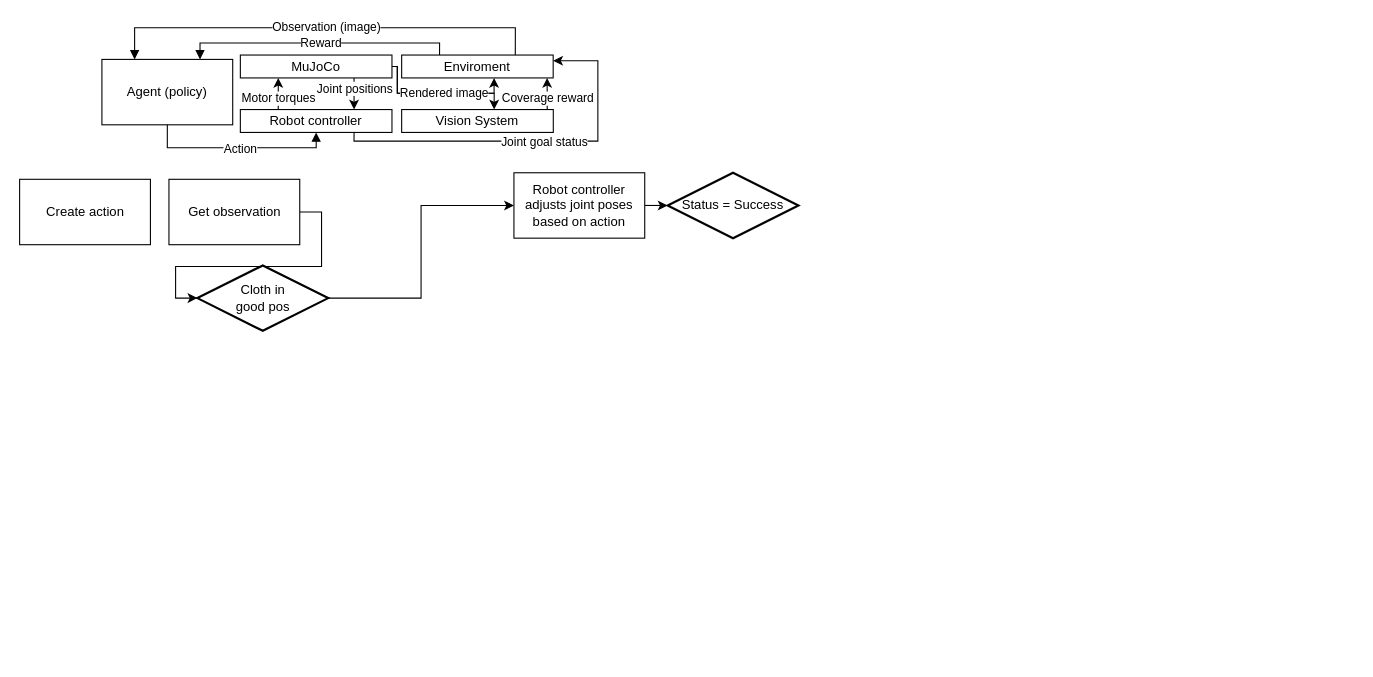
Above: Unavngivet diagram.drawio in kasperfg16/p8_sewbot (draw.io), before the change. Source tidied: cells renumbered, new cells numbered last; positions are measured from the earlier drawing's top-left corner, leaving out a move shared by most shapes. Both pictures are drawn from the tidied source at 109%, with x=0, y=0 at pixel (19, 27).
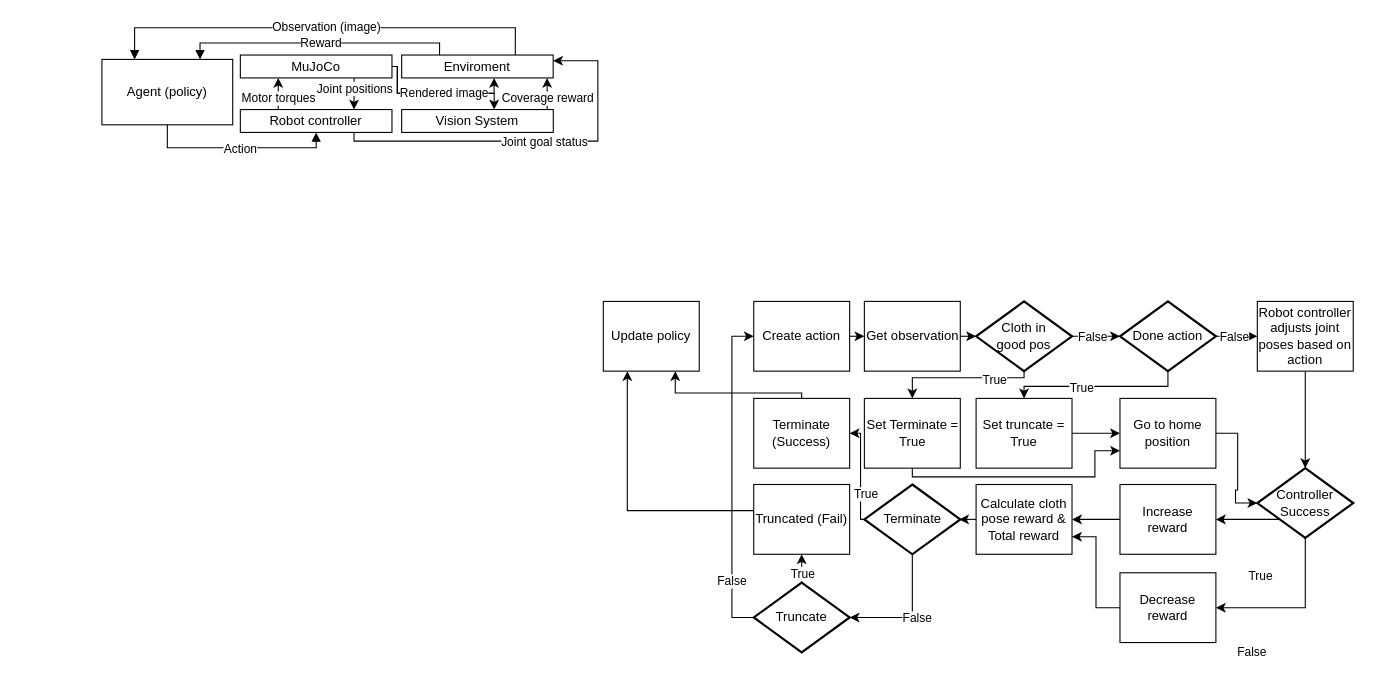
The same diagram, later.

The edit, as a diff of the source:
```diff
@@
+    <mxCell id="32" style="edgeStyle=orthogonalEdgeStyle;rounded=0;jettySize=auto;html=1;exitX=1;exitY=0.5;exitDx=0;exitDy=0;entryX=0;entryY=0.5;entryDx=0;entryDy=0;" parent="1" edge="1" source="25" target="30">
+      <mxGeometry relative="1" as="geometry" />
+    </mxCell>
     <mxCell id="25" value="Create action" style="whiteSpace=wrap;html=1;" parent="1" vertex="1">
-      <mxGeometry x="0.5" y="139" width="120" height="60" as="geometry" />
+      <mxGeometry x="674" y="251" width="88" height="64" as="geometry" />
     </mxCell>
-    <mxCell id="26" style="edgeStyle=orthogonalEdgeStyle;rounded=0;jettySize=auto;html=1;exitX=1;exitY=0.5;exitDx=0;exitDy=0;entryX=0;entryY=0.5;entryDx=0;entryDy=0;entryPerimeter=0;" parent="1" edge="1" source="27" target="28">
+    <mxCell id="26" style="edgeStyle=orthogonalEdgeStyle;rounded=0;jettySize=auto;html=1;exitX=0.5;exitY=1;exitDx=0;exitDy=0;entryX=0.5;entryY=0;entryDx=0;entryDy=0;entryPerimeter=0;" parent="1" edge="1" source="27" target="28">
       <mxGeometry relative="1" as="geometry" />
     </mxCell>
     <mxCell id="27" value="Robot controller adjusts joint poses based on action" style="whiteSpace=wrap;html=1;" parent="1" vertex="1">
-      <mxGeometry x="454" y="133" width="120" height="60" as="geometry" />
+      <mxGeometry x="1136" y="251" width="88" height="64" as="geometry" />
     </mxCell>
+    <mxCell id="33" style="edgeStyle=orthogonalEdgeStyle;rounded=0;jettySize=auto;html=1;exitX=0.24;exitY=0.75;exitDx=0;exitDy=0;exitPerimeter=0;entryX=1;entryY=0.5;entryDx=0;entryDy=0;" parent="1" edge="1" source="28" target="43">
+      <mxGeometry relative="1" as="geometry">
+        <Array as="points">
+          <mxPoint x="1163" y="451" />
+        </Array>
+      </mxGeometry>
+    </mxCell>
+    <mxCell id="34" value="True" style="edgeLabel;html=1;align=center;verticalAlign=middle;" parent="33" vertex="1">
+      <mxGeometry x="-0.82" y="-1" relative="1" as="geometry">
+        <mxPoint x="-26" y="51" as="offset" />
+      </mxGeometry>
+    </mxCell>
+    <mxCell id="35" style="edgeStyle=orthogonalEdgeStyle;rounded=0;jettySize=auto;html=1;exitX=0.5;exitY=1;exitDx=0;exitDy=0;exitPerimeter=0;entryX=1;entryY=0.5;entryDx=0;entryDy=0;" parent="1" edge="1" source="28" target="45">
+      <mxGeometry relative="1" as="geometry" />
+    </mxCell>
+    <mxCell id="36" value="False" style="edgeLabel;html=1;align=center;verticalAlign=middle;" parent="35" vertex="1">
+      <mxGeometry x="-0.3" y="-1" relative="1" as="geometry">
+        <mxPoint x="-49" y="53" as="offset" />
+      </mxGeometry>
+    </mxCell>
-    <mxCell id="28" value="Status = Success" style="strokeWidth=2;html=1;shape=mxgraph.flowchart.decision;whiteSpace=wrap;" parent="1" vertex="1">
-      <mxGeometry x="595" y="133" width="120" height="60" as="geometry" />
+    <mxCell id="28" value="Controller Success" style="strokeWidth=2;html=1;shape=mxgraph.flowchart.decision;whiteSpace=wrap;points=[[0,0.5,0,0,0],[0.24,0.25,0,0,0],[0.24,0.75,0,0,0],[0.5,0,0,0,0],[0.5,1,0,0,0],[1,0.5,0,0,0]];" parent="1" vertex="1">
+      <mxGeometry x="1136" y="404" width="88" height="64" as="geometry" />
     </mxCell>
-    <mxCell id="29" style="edgeStyle=orthogonalEdgeStyle;rounded=0;jettySize=auto;html=1;exitX=1;exitY=0.5;exitDx=0;exitDy=0;entryX=0;entryY=0.5;entryDx=0;entryDy=0;exitPerimeter=0;" parent="1" edge="1" source="31" target="27">
+    <mxCell id="29" style="edgeStyle=orthogonalEdgeStyle;rounded=0;jettySize=auto;html=1;exitX=1;exitY=0.5;exitDx=0;exitDy=0;exitPerimeter=0;entryX=0;entryY=0.5;entryDx=0;entryDy=0;entryPerimeter=0;" parent="1" edge="1" source="31" target="54">
       <mxGeometry relative="1" as="geometry" />
     </mxCell>
+    <mxCell id="37" value="False" style="edgeLabel;html=1;align=center;verticalAlign=middle;" parent="29" vertex="1">
+      <mxGeometry x="-0.24" relative="1" as="geometry">
+        <mxPoint x="1" as="offset" />
+      </mxGeometry>
+    </mxCell>
     <mxCell id="30" value="Get observation" style="whiteSpace=wrap;html=1;" parent="1" vertex="1">
-      <mxGeometry x="137.5" y="139" width="120" height="60" as="geometry" />
+      <mxGeometry x="775.5" y="251" width="88" height="64" as="geometry" />
     </mxCell>
+    <mxCell id="38" style="edgeStyle=orthogonalEdgeStyle;rounded=0;jettySize=auto;html=1;exitX=0.5;exitY=1;exitDx=0;exitDy=0;exitPerimeter=0;entryX=0.5;entryY=0;entryDx=0;entryDy=0;" parent="1" edge="1" source="31" target="56">
+      <mxGeometry relative="1" as="geometry">
+        <Array as="points">
+          <mxPoint x="922" y="321" />
+          <mxPoint x="819" y="321" />
+        </Array>
+      </mxGeometry>
+    </mxCell>
+    <mxCell id="39" value="True" style="edgeLabel;html=1;align=center;verticalAlign=middle;" parent="38" vertex="1">
+      <mxGeometry x="-0.46" relative="1" as="geometry">
+        <mxPoint y="1" as="offset" />
+      </mxGeometry>
+    </mxCell>
-    <mxCell id="31" value="Cloth in &lt;br&gt;good pos" style="strokeWidth=2;html=1;shape=mxgraph.flowchart.decision;whiteSpace=wrap;" parent="1" vertex="1">
-      <mxGeometry x="163.6" y="218" width="120" height="60" as="geometry" />
+    <mxCell id="31" value="Cloth in &lt;br&gt;good pos" style="strokeWidth=2;html=1;shape=mxgraph.flowchart.decision;whiteSpace=wrap;points=[[0,0.5,0,0,0],[0.5,0,0,0,0],[0.5,1,0,0,0],[0.73,0.77,0,0,0],[1,0.5,0,0,0]];" parent="1" vertex="1">
+      <mxGeometry x="878" y="251" width="88" height="64" as="geometry" />
     </mxCell>
+    <mxCell id="40" style="edgeStyle=orthogonalEdgeStyle;rounded=0;jettySize=auto;html=1;exitX=0.5;exitY=0;exitDx=0;exitDy=0;entryX=0.75;entryY=1;entryDx=0;entryDy=0;" parent="1" edge="1" source="41" target="71">
+      <mxGeometry relative="1" as="geometry">
+        <Array as="points">
+          <mxPoint x="718" y="335" />
+          <mxPoint x="602" y="335" />
+        </Array>
+      </mxGeometry>
+    </mxCell>
+    <mxCell id="41" value="Terminate (Success)" style="whiteSpace=wrap;html=1;" parent="1" vertex="1">
+      <mxGeometry x="674" y="340" width="88" height="64" as="geometry" />
+    </mxCell>
+    <mxCell id="42" style="edgeStyle=orthogonalEdgeStyle;rounded=0;jettySize=auto;html=1;exitX=0;exitY=0.5;exitDx=0;exitDy=0;entryX=1;entryY=0.5;entryDx=0;entryDy=0;" parent="1" edge="1" source="43" target="49">
+      <mxGeometry relative="1" as="geometry" />
+    </mxCell>
+    <mxCell id="43" value="Increase reward" style="whiteSpace=wrap;html=1;" parent="1" vertex="1">
+      <mxGeometry x="1010" y="419" width="88" height="64" as="geometry" />
+    </mxCell>
+    <mxCell id="44" style="edgeStyle=orthogonalEdgeStyle;rounded=0;jettySize=auto;html=1;exitX=0;exitY=0.5;exitDx=0;exitDy=0;entryX=1;entryY=0.75;entryDx=0;entryDy=0;" parent="1" edge="1" source="45" target="49">
+      <mxGeometry relative="1" as="geometry" />
+    </mxCell>
+    <mxCell id="45" value="Decrease reward" style="whiteSpace=wrap;html=1;" parent="1" vertex="1">
+      <mxGeometry x="1010" y="500" width="88" height="64" as="geometry" />
+    </mxCell>
+    <mxCell id="46" style="edgeStyle=orthogonalEdgeStyle;rounded=0;jettySize=auto;html=1;exitX=0;exitY=0.5;exitDx=0;exitDy=0;entryX=0.25;entryY=1;entryDx=0;entryDy=0;" parent="1" edge="1" source="47" target="71">
+      <mxGeometry relative="1" as="geometry">
+        <Array as="points">
+          <mxPoint x="674" y="443" />
+          <mxPoint x="558" y="443" />
+        </Array>
+      </mxGeometry>
+    </mxCell>
+    <mxCell id="47" value="Truncated (Fail)" style="whiteSpace=wrap;html=1;" parent="1" vertex="1">
+      <mxGeometry x="674" y="419" width="88" height="64" as="geometry" />
+    </mxCell>
+    <mxCell id="48" style="edgeStyle=orthogonalEdgeStyle;rounded=0;jettySize=auto;html=1;exitX=0;exitY=0.5;exitDx=0;exitDy=0;entryX=1;entryY=0.5;entryDx=0;entryDy=0;entryPerimeter=0;" parent="1" edge="1" source="49">
+      <mxGeometry relative="1" as="geometry">
+        <mxPoint x="862.5" y="451.5" as="targetPoint" />
+      </mxGeometry>
+    </mxCell>
+    <mxCell id="49" value="Calculate cloth pose reward &amp;amp; Total reward" style="whiteSpace=wrap;html=1;" parent="1" vertex="1">
+      <mxGeometry x="878" y="419" width="88" height="64" as="geometry" />
+    </mxCell>
+    <mxCell id="50" style="edgeStyle=orthogonalEdgeStyle;rounded=0;jettySize=auto;html=1;exitX=1;exitY=0.5;exitDx=0;exitDy=0;exitPerimeter=0;entryX=0;entryY=0.5;entryDx=0;entryDy=0;" parent="1" edge="1" source="54" target="27">
+      <mxGeometry relative="1" as="geometry" />
+    </mxCell>
+    <mxCell id="51" value="False" style="edgeLabel;html=1;align=center;verticalAlign=middle;" parent="50" vertex="1">
+      <mxGeometry x="-0.22" relative="1" as="geometry">
+        <mxPoint x="1" as="offset" />
+      </mxGeometry>
+    </mxCell>
+    <mxCell id="52" style="edgeStyle=orthogonalEdgeStyle;rounded=0;jettySize=auto;html=1;exitX=0.5;exitY=1;exitDx=0;exitDy=0;exitPerimeter=0;entryX=0.5;entryY=0;entryDx=0;entryDy=0;" parent="1" edge="1" source="54" target="58">
+      <mxGeometry relative="1" as="geometry">
+        <Array as="points">
+          <mxPoint x="1054" y="329" />
+          <mxPoint x="922" y="329" />
+        </Array>
+      </mxGeometry>
+    </mxCell>
+    <mxCell id="53" value="True" style="edgeLabel;html=1;align=center;verticalAlign=middle;" parent="52" vertex="1">
+      <mxGeometry x="0.2" y="1" relative="1" as="geometry" />
+    </mxCell>
+    <mxCell id="54" value="Done action" style="strokeWidth=2;html=1;shape=mxgraph.flowchart.decision;whiteSpace=wrap;points=[[0,0.5,0,0,0],[0.5,0,0,0,0],[0.5,1,0,0,0],[0.73,0.77,0,0,0],[1,0.5,0,0,0]];" parent="1" vertex="1">
+      <mxGeometry x="1010" y="251" width="88" height="64" as="geometry" />
+    </mxCell>
+    <mxCell id="55" style="edgeStyle=orthogonalEdgeStyle;rounded=0;jettySize=auto;html=1;exitX=0.5;exitY=1;exitDx=0;exitDy=0;entryX=0;entryY=0.75;entryDx=0;entryDy=0;" parent="1" edge="1" source="56" target="60">
+      <mxGeometry relative="1" as="geometry">
+        <Array as="points">
+          <mxPoint x="820" y="412" />
+          <mxPoint x="987" y="412" />
+          <mxPoint x="987" y="388" />
+        </Array>
+      </mxGeometry>
+    </mxCell>
+    <mxCell id="56" value="Set Terminate = True" style="whiteSpace=wrap;html=1;" parent="1" vertex="1">
+      <mxGeometry x="775.5" y="340" width="88" height="64" as="geometry" />
+    </mxCell>
+    <mxCell id="57" style="edgeStyle=orthogonalEdgeStyle;rounded=0;jettySize=auto;html=1;exitX=1;exitY=0.5;exitDx=0;exitDy=0;entryX=0;entryY=0.5;entryDx=0;entryDy=0;" parent="1" edge="1" source="58" target="60">
+      <mxGeometry relative="1" as="geometry" />
+    </mxCell>
+    <mxCell id="58" value="Set truncate = True" style="whiteSpace=wrap;html=1;" parent="1" vertex="1">
+      <mxGeometry x="878" y="340" width="88" height="64" as="geometry" />
+    </mxCell>
+    <mxCell id="59" style="edgeStyle=orthogonalEdgeStyle;rounded=0;jettySize=auto;html=1;exitX=1;exitY=0.5;exitDx=0;exitDy=0;entryX=0;entryY=0.5;entryDx=0;entryDy=0;entryPerimeter=0;" parent="1" edge="1" source="60" target="28">
+      <mxGeometry relative="1" as="geometry" />
+    </mxCell>
+    <mxCell id="60" value="Go to home position" style="whiteSpace=wrap;html=1;" parent="1" vertex="1">
+      <mxGeometry x="1010" y="340" width="88" height="64" as="geometry" />
+    </mxCell>
+    <mxCell id="61" style="edgeStyle=orthogonalEdgeStyle;rounded=0;jettySize=auto;html=1;exitX=0;exitY=0.5;exitDx=0;exitDy=0;exitPerimeter=0;entryX=1;entryY=0.5;entryDx=0;entryDy=0;" parent="1" edge="1" source="65" target="41">
+      <mxGeometry relative="1" as="geometry">
+        <Array as="points">
+          <mxPoint x="772" y="451" />
+          <mxPoint x="772" y="372" />
+        </Array>
+      </mxGeometry>
+    </mxCell>
+    <mxCell id="62" value="True" style="edgeLabel;html=1;align=center;verticalAlign=middle;" parent="61" vertex="1">
+      <mxGeometry x="-0.45" relative="1" as="geometry">
+        <mxPoint x="4" y="-2" as="offset" />
+      </mxGeometry>
+    </mxCell>
+    <mxCell id="63" style="edgeStyle=orthogonalEdgeStyle;rounded=0;jettySize=auto;html=1;exitX=0.5;exitY=1;exitDx=0;exitDy=0;exitPerimeter=0;entryX=1;entryY=0.5;entryDx=0;entryDy=0;entryPerimeter=0;" parent="1" edge="1" source="65" target="70">
+      <mxGeometry relative="1" as="geometry" />
+    </mxCell>
+    <mxCell id="64" value="False" style="edgeLabel;html=1;align=center;verticalAlign=middle;" parent="63" vertex="1">
+      <mxGeometry x="0.18" y="-2" relative="1" as="geometry">
+        <mxPoint x="14" y="2" as="offset" />
+      </mxGeometry>
+    </mxCell>
+    <mxCell id="65" value="Terminate" style="strokeWidth=2;html=1;shape=mxgraph.flowchart.decision;whiteSpace=wrap;points=[[0,0.5,0,0,0],[0.5,0,0,0,0],[0.5,1,0,0,0],[0.73,0.77,0,0,0],[1,0.5,0,0,0]];" parent="1" vertex="1">
+      <mxGeometry x="775.5" y="419" width="88" height="64" as="geometry" />
+    </mxCell>
+    <mxCell id="66" style="edgeStyle=orthogonalEdgeStyle;rounded=0;jettySize=auto;html=1;exitX=0.5;exitY=0;exitDx=0;exitDy=0;exitPerimeter=0;entryX=0.5;entryY=1;entryDx=0;entryDy=0;" parent="1" edge="1" source="70" target="47">
+      <mxGeometry relative="1" as="geometry" />
+    </mxCell>
+    <mxCell id="67" value="True" style="edgeLabel;html=1;align=center;verticalAlign=middle;" parent="66" vertex="1">
+      <mxGeometry x="-0.27" relative="1" as="geometry" />
+    </mxCell>
+    <mxCell id="68" style="edgeStyle=orthogonalEdgeStyle;rounded=0;jettySize=auto;html=1;exitX=0;exitY=0.5;exitDx=0;exitDy=0;exitPerimeter=0;entryX=0;entryY=0.5;entryDx=0;entryDy=0;" parent="1" edge="1" source="70" target="25">
+      <mxGeometry relative="1" as="geometry" />
+    </mxCell>
+    <mxCell id="69" value="False" style="edgeLabel;html=1;align=center;verticalAlign=middle;" parent="68" vertex="1">
+      <mxGeometry x="-0.64" y="1" relative="1" as="geometry" />
+    </mxCell>
+    <mxCell id="70" value="Truncate" style="strokeWidth=2;html=1;shape=mxgraph.flowchart.decision;whiteSpace=wrap;points=[[0,0.5,0,0,0],[0.5,0,0,0,0],[0.5,1,0,0,0],[0.73,0.77,0,0,0],[1,0.5,0,0,0]];" parent="1" vertex="1">
+      <mxGeometry x="674" y="509" width="88" height="64" as="geometry" />
+    </mxCell>
+    <mxCell id="71" value="Update policy" style="whiteSpace=wrap;html=1;" parent="1" vertex="1">
+      <mxGeometry x="536" y="251" width="88" height="64" as="geometry" />
+    </mxCell>
```
